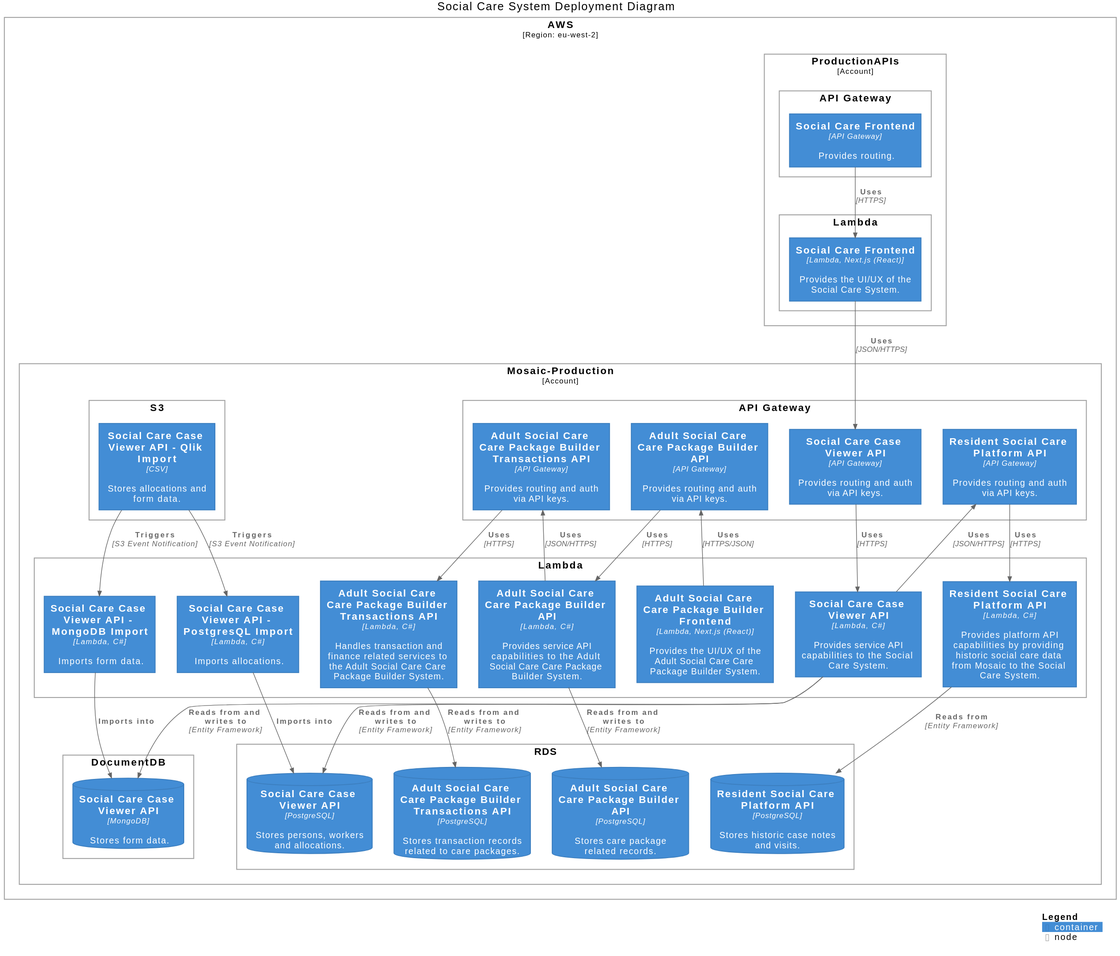
The PlantUML diagram static/img/diagrams/deployment.svg in LBHackney-IT/social-care-architecture, before a commit.
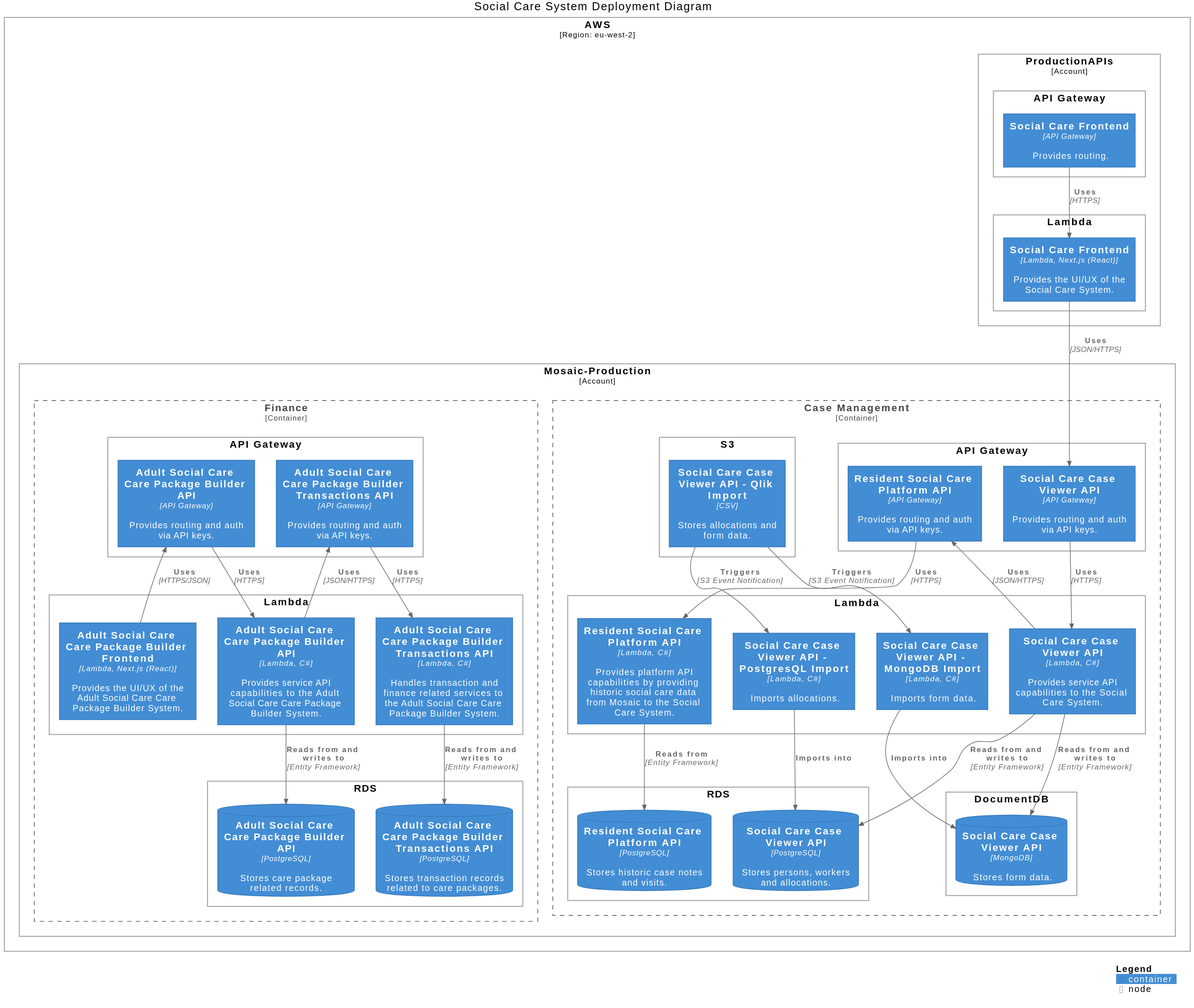
Above is the later version.

Commit message:
Split case management and finance resources in deployment diagram

Diff of the diagram source:
```diff
@@ -18,37 +18,55 @@
   }
 
   Deployment_Node(aws_mosaic_production, "Mosaic-Production", "Account") {
-    Deployment_Node(aws_mosaic_production_api_gateway, "API Gateway") {
-      Container(service_api_api_gateway, "Social Care Case Viewer API", "API Gateway", "Provides routing and auth via API keys.")
-      Container(platform_api_api_gateway, "Resident Social Care Platform API", "API Gateway", "Provides routing and auth via API keys.")
-      Container(adult_social_care_builder_api_api_gateway, "Adult Social Care Care Package Builder API", "API Gateway", "Provides routing and auth via API keys.")
-      Container(adult_social_care_builder_transactions_api_api_gateway, "Adult Social Care Care Package Builder Transactions API", "API Gateway", "Provides routing and auth via API keys.")
+
+    Container_Boundary(mosaic_production_case_management, "Case Management") {
+
+      Deployment_Node(aws_mosaic_production_api_gateway, "API Gateway") {
+        Container(service_api_api_gateway, "Social Care Case Viewer API", "API Gateway", "Provides routing and auth via API keys.")
+        Container(platform_api_api_gateway, "Resident Social Care Platform API", "API Gateway", "Provides routing and auth via API keys.")
+      }
+
+      Deployment_Node(aws_mosaic_production_lambda, "Lambda") {
+        Container(service_api_lambda, "Social Care Case Viewer API", "Lambda, C#", "Provides service API capabilities to the Social Care System.")
+        Container(service_api_pg_import_lambda, "Social Care Case Viewer API - PostgresQL Import", "Lambda, C#", "Imports allocations.")
+        Container(service_api_mongodb_import_lambda, "Social Care Case Viewer API - MongoDB Import", "Lambda, C#", "Imports form data.")
+        Container(platform_api_lambda, "Resident Social Care Platform API", "Lambda, C#", "Provides platform API capabilities by providing historic social care data from Mosaic to the Social Care System.")
+      }
+
+      Deployment_Node(aws_mosaic_production_rds, "RDS") {
+        ContainerDb(service_api_rds, "Social Care Case Viewer API", "PostgreSQL", "Stores persons, workers and allocations.")
+        ContainerDb(platform_api_rds, "Resident Social Care Platform API", "PostgreSQL", "Stores historic case notes and visits.")
+      }
+
+      Deployment_Node(aws_mosaic_production_docdb, "DocumentDB") {
+        ContainerDb(service_api_docdb, "Social Care Case Viewer API", "MongoDB", "Stores form data.")
+      }
+
+      Deployment_Node(aws_mosaic_production_s3, "S3") {
+        Container(service_api_s3, "Social Care Case Viewer API - Qlik Import", "CSV", "Stores allocations and form data.")
+      }
+
     }
 
-    Deployment_Node(aws_mosaic_production_lambda, "Lambda") {
-      Container(service_api_lambda, "Social Care Case Viewer API", "Lambda, C#", "Provides service API capabilities to the Social Care System.")
-      Container(service_api_pg_import_lambda, "Social Care Case Viewer API - PostgresQL Import", "Lambda, C#", "Imports allocations.")
-      Container(service_api_mongodb_import_lambda, "Social Care Case Viewer API - MongoDB Import", "Lambda, C#", "Imports form data.")
-      Container(platform_api_lambda, "Resident Social Care Platform API", "Lambda, C#", "Provides platform API capabilities by providing historic social care data from Mosaic to the Social Care System.")
-      Container(adult_social_care_builder_frontend_lambda, "Adult Social Care Care Package Builder Frontend", "Lambda, Next.js (React)", "Provides the UI/UX of the Adult Social Care Care Package Builder System.")
-      Container(adult_social_care_builder_api_lambda, "Adult Social Care Care Package Builder API", "Lambda, C#", "Provides service API capabilities to the Adult Social Care Care Package Builder System.")
-      Container(adult_social_care_builder_transactions_api_lambda, "Adult Social Care Care Package Builder Transactions API", "Lambda, C#", "Handles transaction and finance related services to the Adult Social Care Care Package Builder System.")
+    Container_Boundary(mosaic_production_finance, "Finance") {
+
+      Deployment_Node(aws_mosaic_production_api_gateway_finance, "API Gateway") {
+        Container(adult_social_care_builder_api_api_gateway, "Adult Social Care Care Package Builder API", "API Gateway", "Provides routing and auth via API keys.")
+        Container(adult_social_care_builder_transactions_api_api_gateway, "Adult Social Care Care Package Builder Transactions API", "API Gateway", "Provides routing and auth via API keys.")
+      }
+
+      Deployment_Node(aws_mosaic_production_lambda_finance, "Lambda") {
+        Container(adult_social_care_builder_frontend_lambda, "Adult Social Care Care Package Builder Frontend", "Lambda, Next.js (React)", "Provides the UI/UX of the Adult Social Care Care Package Builder System.")
+        Container(adult_social_care_builder_api_lambda, "Adult Social Care Care Package Builder API", "Lambda, C#", "Provides service API capabilities to the Adult Social Care Care Package Builder System.")
+        Container(adult_social_care_builder_transactions_api_lambda, "Adult Social Care Care Package Builder Transactions API", "Lambda, C#", "Handles transaction and finance related services to the Adult Social Care Care Package Builder System.")
+      }
+
+      Deployment_Node(aws_mosaic_production_rds_finance, "RDS") {
+        ContainerDb(adult_social_care_builder_api_rds, "Adult Social Care Care Package Builder API", "PostgreSQL", "Stores care package related records.")
+        ContainerDb(adult_social_care_builder_transactions_api_rds, "Adult Social Care Care Package Builder Transactions API", "PostgreSQL", "Stores transaction records related to care packages.")
+      }
     }
 
-    Deployment_Node(aws_mosaic_production_docdb, "DocumentDB") {
-      ContainerDb(service_api_docdb, "Social Care Case Viewer API", "MongoDB", "Stores form data.")
-    }
-
-    Deployment_Node(aws_mosaic_production_rds, "RDS") {
-      ContainerDb(service_api_rds, "Social Care Case Viewer API", "PostgreSQL", "Stores persons, workers and allocations.")
-      ContainerDb(platform_api_rds, "Resident Social Care Platform API", "PostgreSQL", "Stores historic case notes and visits.")
-      ContainerDb(adult_social_care_builder_api_rds, "Adult Social Care Care Package Builder API", "PostgreSQL", "Stores care package related records.")
-      ContainerDb(adult_social_care_builder_transactions_api_rds, "Adult Social Care Care Package Builder Transactions API", "PostgreSQL", "Stores transaction records related to care packages.")
-    }
-
-    Deployment_Node(aws_mosaic_production_s3, "S3") {
-      Container(service_api_s3, "Social Care Case Viewer API - Qlik Import", "CSV", "Stores allocations and form data.")
-    }
   }
 }
 
```
